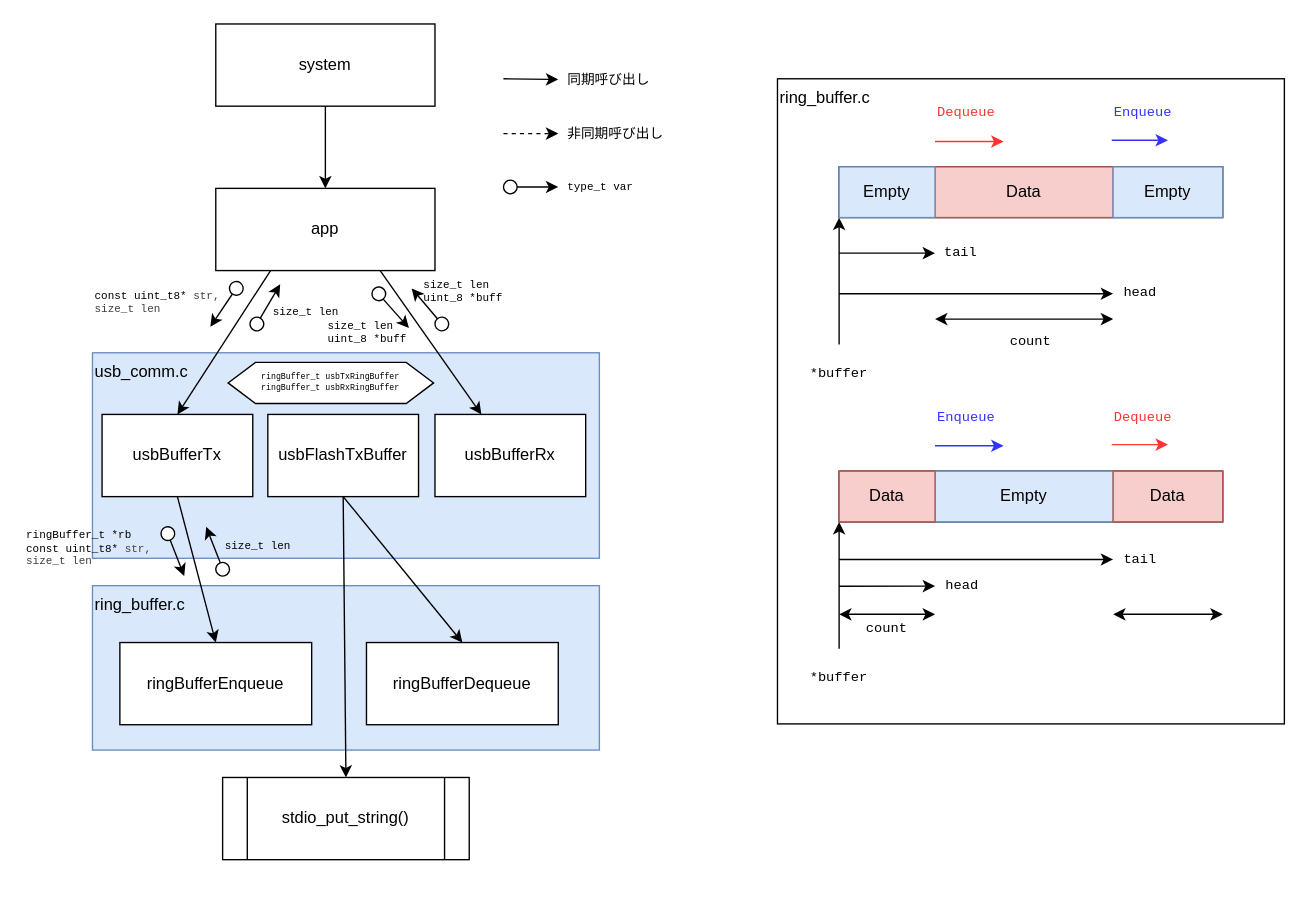
This is docs/usb通信_モジュール構造.drawio from mkou1256/raspico2w_playground, a draw.io file, before an edit. Source tidied: cells renumbered, new cells numbered last; positions are measured from the earlier drawing's top-left corner, leaving out a move shared by most shapes. Both pictures are drawn from the tidied source at 137%, with x=0, y=0 at pixel (23, 23).
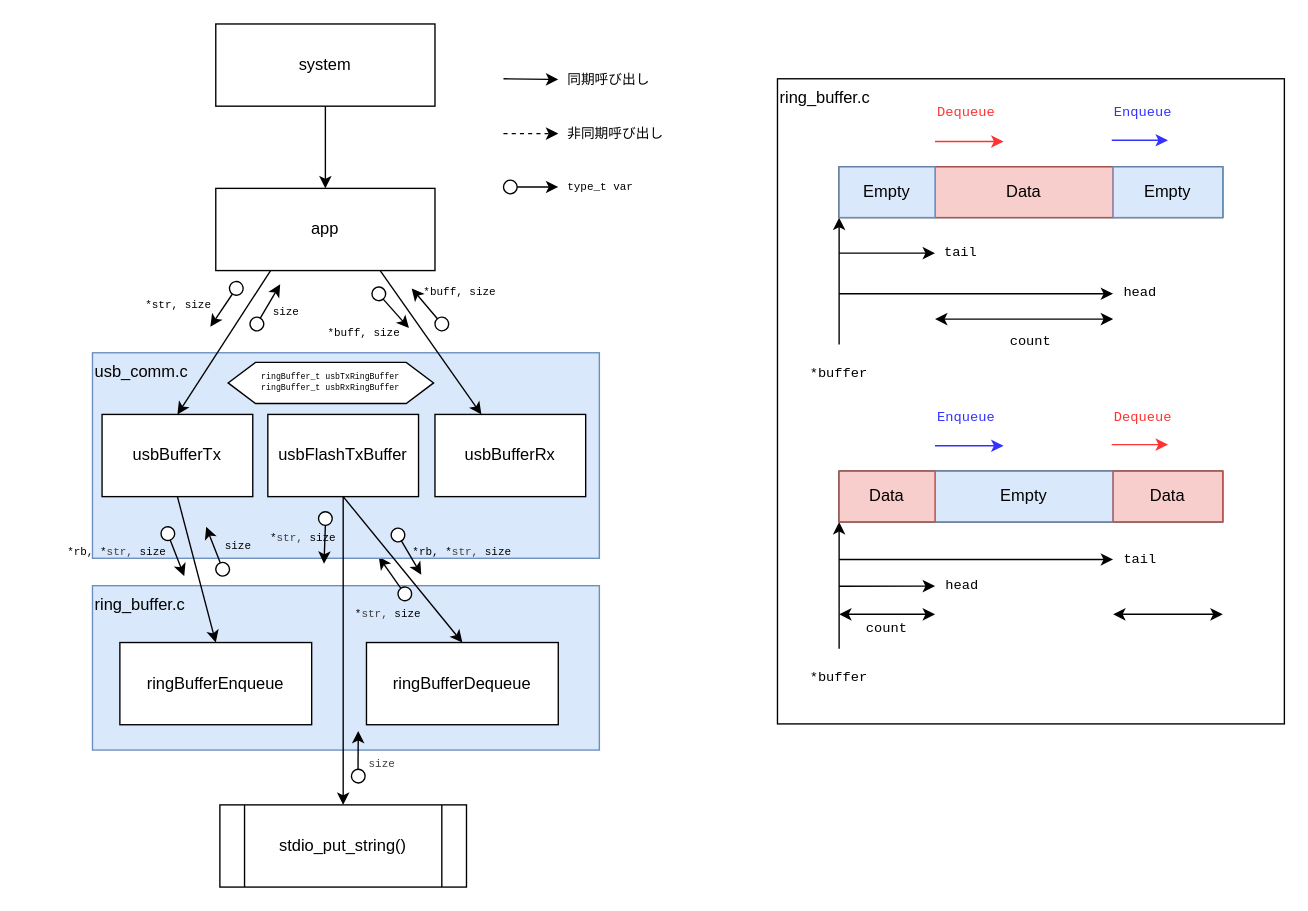
The same diagram, later.

The change refers to these unchanged cells:
```xml
<mxCell id="2" style="group;" parent="1" vertex="1">
  <mxGeometry x="50" y="410" width="370" height="120" as="geometry" />
</mxCell>
```

Change to the diagram source:
```diff
@@
+    <mxCell id="87" style="group;rotation=-125;" parent="2" vertex="1">
+      <mxGeometry x="200" y="-10" width="40" height="10" as="geometry" />
+    </mxCell>
+    <mxCell id="88" style="ellipse;whiteSpace=wrap;html=1;rotation=-125;" parent="87" vertex="1">
+      <mxGeometry x="23" y="11" width="10" height="10" as="geometry" />
+    </mxCell>
+    <mxCell id="89" style="endArrow=classic;html=1;rounded=0;exitX=1;exitY=0.5;exitDx=0;exitDy=0;" parent="87" edge="1" source="88">
+      <mxGeometry relative="1" as="geometry">
+        <mxPoint x="9" y="-11" as="targetPoint" />
+      </mxGeometry>
+    </mxCell>
+    <mxCell id="90" value="&lt;div&gt;&lt;span style=&quot;background-color: transparent;&quot;&gt;*&lt;/span&gt;&lt;span style=&quot;background-color: transparent; color: rgb(63, 63, 63);&quot;&gt;str,&amp;nbsp;&lt;/span&gt;&lt;span style=&quot;background-color: transparent;&quot;&gt;size&lt;/span&gt;&lt;/div&gt;" style="text;html=1;align=left;verticalAlign=middle;whiteSpace=wrap;rounded=0;fontFamily=Courier New;fontSize=8;" parent="2" vertex="1">
+      <mxGeometry x="190" y="10" width="60" height="20" as="geometry" />
+    </mxCell>
@@
-    <mxCell id="25" value="const uint_t8*&amp;nbsp;&lt;span style=&quot;color: rgb(63, 63, 63); background-color: transparent;&quot;&gt;str,&lt;/span&gt;&lt;div&gt;&lt;span style=&quot;color: rgb(63, 63, 63); background-color: transparent;&quot;&gt;size_t len&lt;/span&gt;&lt;/div&gt;" style="text;html=1;align=left;verticalAlign=middle;whiteSpace=wrap;rounded=0;fontFamily=Courier New;fontSize=8;" parent="1" vertex="1">
-      <mxGeometry x="50" y="195" width="100" height="15" as="geometry" />
+    <mxCell id="25" value="*str, size" style="text;html=1;align=left;verticalAlign=middle;whiteSpace=wrap;rounded=0;fontFamily=Courier New;fontSize=8;" parent="1" vertex="1">
+      <mxGeometry x="87" y="197" width="50" height="15" as="geometry" />
     </mxCell>
@@
-    <mxCell id="29" value="size_t len" style="text;html=1;align=left;verticalAlign=middle;whiteSpace=wrap;rounded=0;fontFamily=Courier New;fontSize=8;" parent="1" vertex="1">
-      <mxGeometry x="180" y="202" width="50" height="15" as="geometry" />
+    <mxCell id="29" value="size" style="text;html=1;align=left;verticalAlign=middle;whiteSpace=wrap;rounded=0;fontFamily=Courier New;fontSize=8;" parent="1" vertex="1">
+      <mxGeometry x="180" y="202" width="30" height="15" as="geometry" />
     </mxCell>
@@
-    <mxCell id="36" value="size_t len&lt;div&gt;uint_8 *buff&lt;/div&gt;" style="text;html=1;align=left;verticalAlign=middle;whiteSpace=wrap;rounded=0;fontFamily=Courier New;fontSize=8;" parent="1" vertex="1">
+    <mxCell id="36" value="*buff, size" style="text;html=1;align=left;verticalAlign=middle;whiteSpace=wrap;rounded=0;fontFamily=Courier New;fontSize=8;" parent="1" vertex="1">
       <mxGeometry x="220" y="217" width="63" height="15" as="geometry" />
     </mxCell>
-    <mxCell id="37" value="size_t len&lt;div&gt;uint_8 *buff&lt;/div&gt;" style="text;html=1;align=left;verticalAlign=middle;whiteSpace=wrap;rounded=0;fontFamily=Courier New;fontSize=8;" parent="1" vertex="1">
+    <mxCell id="37" value="*buff, size" style="text;html=1;align=left;verticalAlign=middle;whiteSpace=wrap;rounded=0;fontFamily=Courier New;fontSize=8;" parent="1" vertex="1">
       <mxGeometry x="290" y="187" width="63" height="15" as="geometry" />
     </mxCell>
     <mxCell id="38" value="stdio_put_string()" style="shape=process;whiteSpace=wrap;html=1;backgroundOutline=1;" parent="1" vertex="1">
-      <mxGeometry x="145" y="550" width="180" height="60" as="geometry" />
+      <mxGeometry x="143" y="570" width="180" height="60" as="geometry" />
     </mxCell>
@@
-    <mxCell id="81" value="&lt;div&gt;ringBuffer_t *rb&lt;/div&gt;const uint_t8*&amp;nbsp;&lt;span style=&quot;color: rgb(63, 63, 63); background-color: transparent;&quot;&gt;str,&lt;/span&gt;&lt;div&gt;&lt;span style=&quot;color: rgb(63, 63, 63); background-color: transparent;&quot;&gt;size_t len&lt;/span&gt;&lt;/div&gt;" style="text;html=1;align=left;verticalAlign=middle;whiteSpace=wrap;rounded=0;fontFamily=Courier New;fontSize=8;" parent="1" vertex="1">
-      <mxGeometry y="360" width="100" height="45" as="geometry" />
+    <mxCell id="81" value="&lt;div&gt;*rb,&amp;nbsp;&lt;span style=&quot;background-color: transparent;&quot;&gt;*&lt;/span&gt;&lt;span style=&quot;background-color: transparent; color: rgb(63, 63, 63);&quot;&gt;str,&amp;nbsp;&lt;/span&gt;&lt;span style=&quot;background-color: transparent;&quot;&gt;size&lt;/span&gt;&lt;/div&gt;" style="text;html=1;align=left;verticalAlign=middle;whiteSpace=wrap;rounded=0;fontFamily=Courier New;fontSize=8;" parent="1" vertex="1">
+      <mxGeometry x="30" y="375" width="80" height="20" as="geometry" />
     </mxCell>
@@
-    <mxCell id="86" value="&lt;div&gt;&lt;span style=&quot;background-color: transparent;&quot;&gt;size_t len&lt;/span&gt;&lt;/div&gt;" style="text;html=1;align=left;verticalAlign=middle;whiteSpace=wrap;rounded=0;fontFamily=Courier New;fontSize=8;" parent="1" vertex="1">
+    <mxCell id="86" value="size" style="text;html=1;align=left;verticalAlign=middle;whiteSpace=wrap;rounded=0;fontFamily=Courier New;fontSize=8;" parent="1" vertex="1">
       <mxGeometry x="145" y="372.5" width="60" height="17.5" as="geometry" />
     </mxCell>
+    <mxCell id="91" value="&lt;div&gt;*rb,&amp;nbsp;&lt;span style=&quot;background-color: transparent;&quot;&gt;*&lt;/span&gt;&lt;span style=&quot;background-color: transparent; color: rgb(63, 63, 63);&quot;&gt;str,&amp;nbsp;&lt;/span&gt;&lt;span style=&quot;background-color: transparent;&quot;&gt;size&lt;/span&gt;&lt;/div&gt;" style="text;html=1;align=left;verticalAlign=middle;whiteSpace=wrap;rounded=0;fontFamily=Courier New;fontSize=8;" parent="1" vertex="1">
+      <mxGeometry x="281.5" y="375" width="80" height="20" as="geometry" />
+    </mxCell>
+    <mxCell id="92" style="group;rotation=60;" parent="1" vertex="1">
+      <mxGeometry x="260" y="380" width="40" height="10" as="geometry" />
+    </mxCell>
+    <mxCell id="93" style="ellipse;whiteSpace=wrap;html=1;rotation=60;" parent="92" vertex="1">
+      <mxGeometry x="8" y="-12" width="10" height="10" as="geometry" />
+    </mxCell>
+    <mxCell id="94" style="endArrow=classic;html=1;rounded=0;exitX=1;exitY=0.5;exitDx=0;exitDy=0;" parent="92" edge="1" source="93">
+      <mxGeometry relative="1" as="geometry">
+        <mxPoint x="30" y="22" as="targetPoint" />
+      </mxGeometry>
+    </mxCell>
+    <mxCell id="95" style="group;rotation=90;" parent="1" vertex="1">
+      <mxGeometry x="200" y="370" width="40" height="10" as="geometry" />
+    </mxCell>
+    <mxCell id="96" style="ellipse;whiteSpace=wrap;html=1;rotation=90;" parent="95" vertex="1">
+      <mxGeometry x="15" y="-14" width="10" height="10" as="geometry" />
+    </mxCell>
+    <mxCell id="97" style="endArrow=classic;html=1;rounded=0;exitX=1;exitY=0.5;exitDx=0;exitDy=0;" parent="95" edge="1" source="96">
+      <mxGeometry relative="1" as="geometry">
+        <mxPoint x="19" y="24" as="targetPoint" />
+      </mxGeometry>
+    </mxCell>
+    <mxCell id="98" value="&lt;div&gt;&lt;span style=&quot;background-color: transparent;&quot;&gt;*&lt;/span&gt;&lt;span style=&quot;background-color: transparent; color: rgb(63, 63, 63);&quot;&gt;str,&amp;nbsp;&lt;/span&gt;&lt;span style=&quot;background-color: transparent;&quot;&gt;size&lt;/span&gt;&lt;/div&gt;" style="text;html=1;align=left;verticalAlign=middle;whiteSpace=wrap;rounded=0;fontFamily=Courier New;fontSize=8;" parent="1" vertex="1">
+      <mxGeometry x="178" y="365" width="60" height="20" as="geometry" />
+    </mxCell>
+    <mxCell id="99" style="group;rotation=-92;" parent="1" vertex="1">
+      <mxGeometry x="224" y="530" width="40" height="10" as="geometry" />
+    </mxCell>
+    <mxCell id="100" style="ellipse;whiteSpace=wrap;html=1;rotation=-92;" parent="99" vertex="1">
+      <mxGeometry x="15" y="14" width="10" height="10" as="geometry" />
+    </mxCell>
+    <mxCell id="101" style="endArrow=classic;html=1;rounded=0;exitX=1;exitY=0.5;exitDx=0;exitDy=0;" parent="99" edge="1" source="100">
+      <mxGeometry relative="1" as="geometry">
+        <mxPoint x="20" y="-14" as="targetPoint" />
+      </mxGeometry>
+    </mxCell>
+    <mxCell id="102" value="&lt;div&gt;&lt;span style=&quot;background-color: transparent; color: rgb(63, 63, 63);&quot;&gt;size&lt;/span&gt;&lt;/div&gt;" style="text;html=1;align=left;verticalAlign=middle;whiteSpace=wrap;rounded=0;fontFamily=Courier New;fontSize=8;" parent="1" vertex="1">
+      <mxGeometry x="250" y="530" width="60" height="20" as="geometry" />
+    </mxCell>
```
